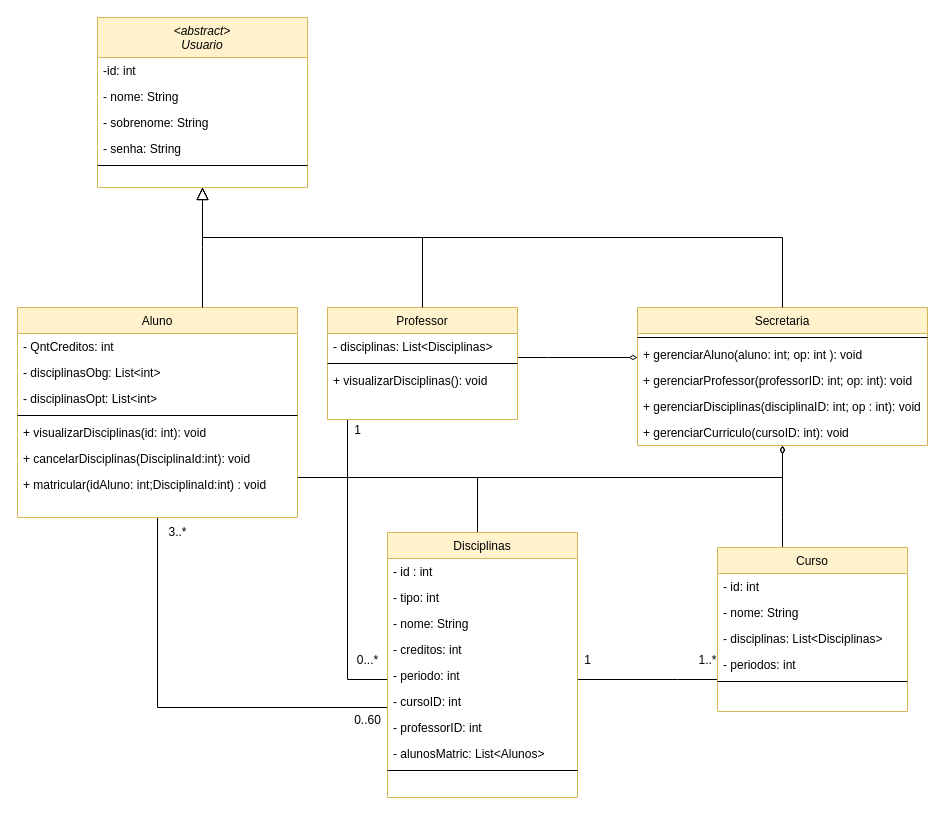
Before: projeto/uml.drawio in BelleNerissa/lab4-matricula, a draw.io diagram. Source tidied: cells renumbered, new cells numbered last; positions are measured from the earlier drawing's top-left corner, leaving out a move shared by most shapes. Both pictures are drawn from the tidied source at 100%, with x=0, y=0 at pixel (17, 17).
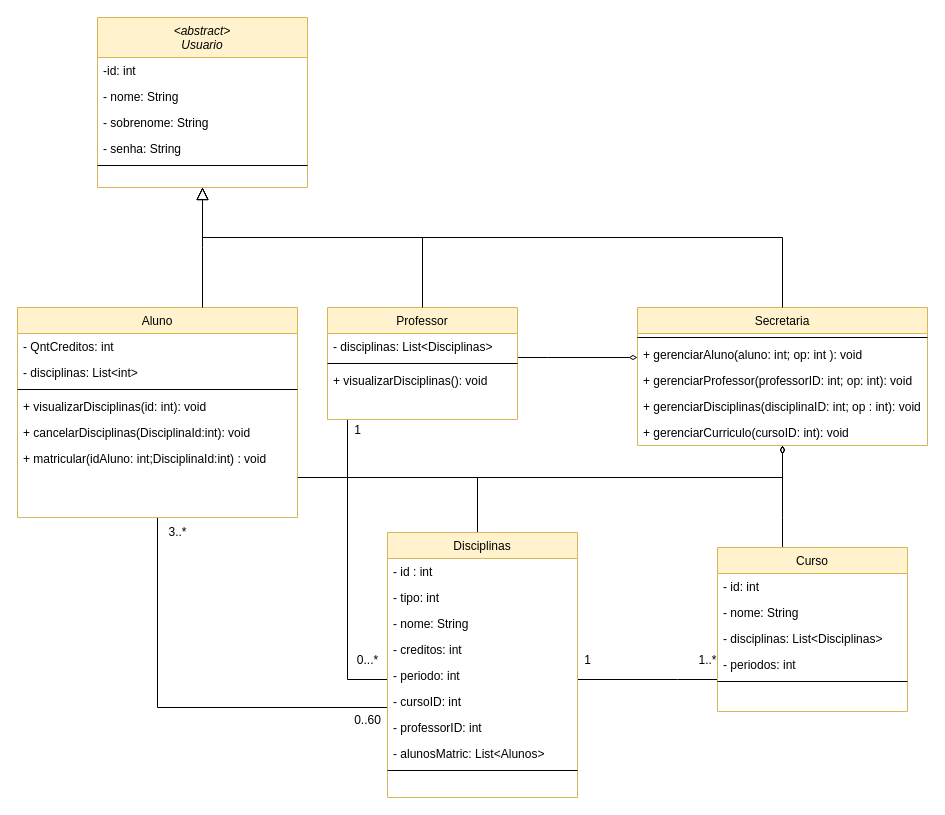
After the change.

Unchanged cells that the change refers to:
```xml
<mxCell id="11" value="Aluno" style="swimlane;fontStyle=0;align=center;verticalAlign=top;horizontal=1;startSize=26;rounded=0;shadow=0;strokeWidth=1;fillColor=#fff2cc;strokeColor=#d6b656;" parent="1" vertex="1">
  <mxGeometry y="290" width="280" height="210" as="geometry" />
</mxCell>
```

The edit, as a diff of the source:
```diff
@@
-    <mxCell id="13" value="- disciplinasObg: List&lt;int&gt;" style="text;align=left;verticalAlign=top;spacingLeft=4;spacingRight=4;overflow=hidden;rounded=0;shadow=0;html=0;" parent="11" vertex="1">
+    <mxCell id="13" value="- disciplinas: List&lt;int&gt;" style="text;align=left;verticalAlign=top;spacingLeft=4;spacingRight=4;overflow=hidden;rounded=0;shadow=0;html=0;" parent="11" vertex="1">
       <mxGeometry y="52" width="280" height="26" as="geometry" />
     </mxCell>
-    <mxCell id="14" value="- disciplinasOpt: List&lt;int&gt;" style="text;align=left;verticalAlign=top;spacingLeft=4;spacingRight=4;overflow=hidden;rounded=0;shadow=0;html=0;" parent="11" vertex="1">
-      <mxGeometry y="78" width="280" height="26" as="geometry" />
-    </mxCell>
     <mxCell id="15" style="line;html=1;strokeWidth=1;align=left;verticalAlign=middle;spacingTop=-1;spacingLeft=3;spacingRight=3;labelPosition=right;" parent="11" vertex="1">
-      <mxGeometry y="104" width="280" height="8" as="geometry" />
+      <mxGeometry y="78" width="280" height="8" as="geometry" />
     </mxCell>
     <mxCell id="16" value="+ visualizarDisciplinas(id: int): void" style="text;align=left;verticalAlign=top;spacingLeft=4;spacingRight=4;overflow=hidden;rounded=0;shadow=0;html=0;" parent="11" vertex="1">
-      <mxGeometry y="112" width="280" height="26" as="geometry" />
+      <mxGeometry y="86" width="280" height="26" as="geometry" />
     </mxCell>
     <mxCell id="17" value="+ cancelarDisciplinas(DisciplinaId:int): void" style="text;align=left;verticalAlign=top;spacingLeft=4;spacingRight=4;overflow=hidden;rounded=0;shadow=0;html=0;" parent="11" vertex="1">
-      <mxGeometry y="138" width="280" height="26" as="geometry" />
+      <mxGeometry y="112" width="280" height="26" as="geometry" />
     </mxCell>
     <mxCell id="18" value="+ matricular(idAluno: int;DisciplinaId:int) : void" style="text;align=left;verticalAlign=top;spacingLeft=4;spacingRight=4;overflow=hidden;rounded=0;shadow=0;html=0;" parent="11" vertex="1">
-      <mxGeometry y="164" width="280" height="26" as="geometry" />
+      <mxGeometry y="138" width="280" height="26" as="geometry" />
     </mxCell>
```
